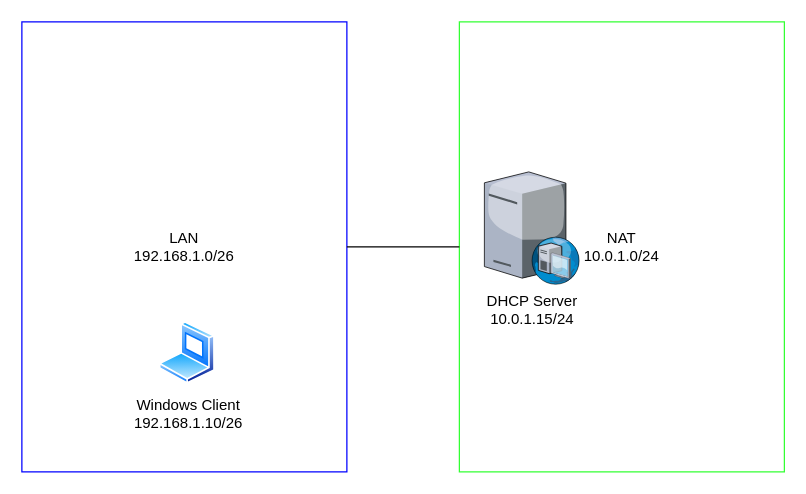
Earlier version of the draw.io diagram docs/drawio/plan.drawio (Sephley/docs). Source tidied: cells renumbered, new cells numbered last; positions are measured from the earlier drawing's top-left corner, leaving out a move shared by most shapes. Both pictures are drawn from the tidied source at 125%, with x=0, y=0 at pixel (21, 21).
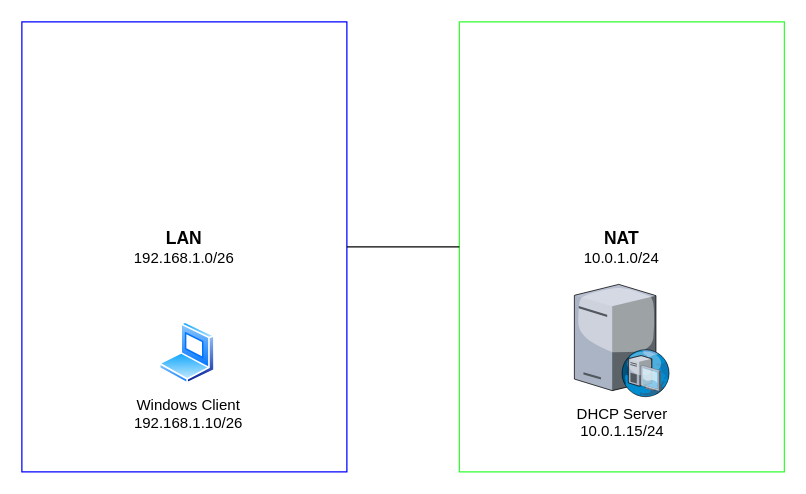
After the change.

Commit message:
update network plan

Diff of the diagram source:
```diff
@@
 <mxGraphModel>
   <root>
     <mxCell id="0" />
     <mxCell id="1" parent="0" />
+    <mxCell id="7" style="rounded=0;whiteSpace=wrap;html=1;strokeColor=none;" parent="1" vertex="1">
+      <mxGeometry width="610" height="360" as="geometry" />
+    </mxCell>
-    <mxCell id="2" value="LAN&lt;div&gt;192.168.1.0/26&lt;/div&gt;" style="rounded=0;whiteSpace=wrap;html=1;strokeColor=#0000FF;" parent="1" vertex="1">
+    <mxCell id="2" value="&lt;font style=&quot;font-size: 14px;&quot;&gt;&lt;b&gt;LAN&lt;/b&gt;&lt;/font&gt;&lt;div&gt;192.168.1.0/26&lt;/div&gt;" style="rounded=0;whiteSpace=wrap;html=1;strokeColor=#0000FF;fillColor=none;" parent="1" vertex="1">
       <mxGeometry width="260" height="360" as="geometry" />
     </mxCell>
-    <mxCell id="3" value="NAT&lt;div&gt;10.0.1.0/24&lt;/div&gt;" style="rounded=0;whiteSpace=wrap;html=1;strokeColor=#33FF33;" parent="1" vertex="1">
+    <mxCell id="3" value="&lt;b&gt;&lt;font style=&quot;font-size: 14px;&quot;&gt;NAT&lt;/font&gt;&lt;/b&gt;&lt;div&gt;10.0.1.0/24&lt;/div&gt;" style="rounded=0;whiteSpace=wrap;html=1;strokeColor=#33FF33;fillColor=none;" parent="1" vertex="1">
       <mxGeometry x="350" width="260" height="360" as="geometry" />
     </mxCell>
     <mxCell id="4" value="DHCP Server&lt;div&gt;10.0.1.15/24&lt;/div&gt;" style="verticalLabelPosition=bottom;sketch=0;html=1;verticalAlign=top;strokeColor=none;align=center;shape=mxgraph.citrix.dhcp_server;" parent="1" vertex="1">
-      <mxGeometry x="370" y="120" width="76" height="90" as="geometry" />
+      <mxGeometry x="442" y="210" width="76" height="90" as="geometry" />
     </mxCell>
     <mxCell id="5" style="endArrow=none;html=1;rounded=0;exitX=1;exitY=0.5;exitDx=0;exitDy=0;entryX=0;entryY=0.5;entryDx=0;entryDy=0;" parent="1" edge="1" source="2" target="3">
       <mxGeometry relative="1" as="geometry" />
     </mxCell>
     <mxCell id="6" value="Windows Client&lt;br&gt;192.168.1.10/26" style="image;perimeter=ellipsePerimeter;html=1;align=center;shadow=0;dashed=0;spacingTop=3;image=img/lib/active_directory/laptop_client.svg;" parent="1" vertex="1">
       <mxGeometry x="110" y="240" width="45" height="50" as="geometry" />
     </mxCell>
   </root>
 </mxGraphModel>
```
